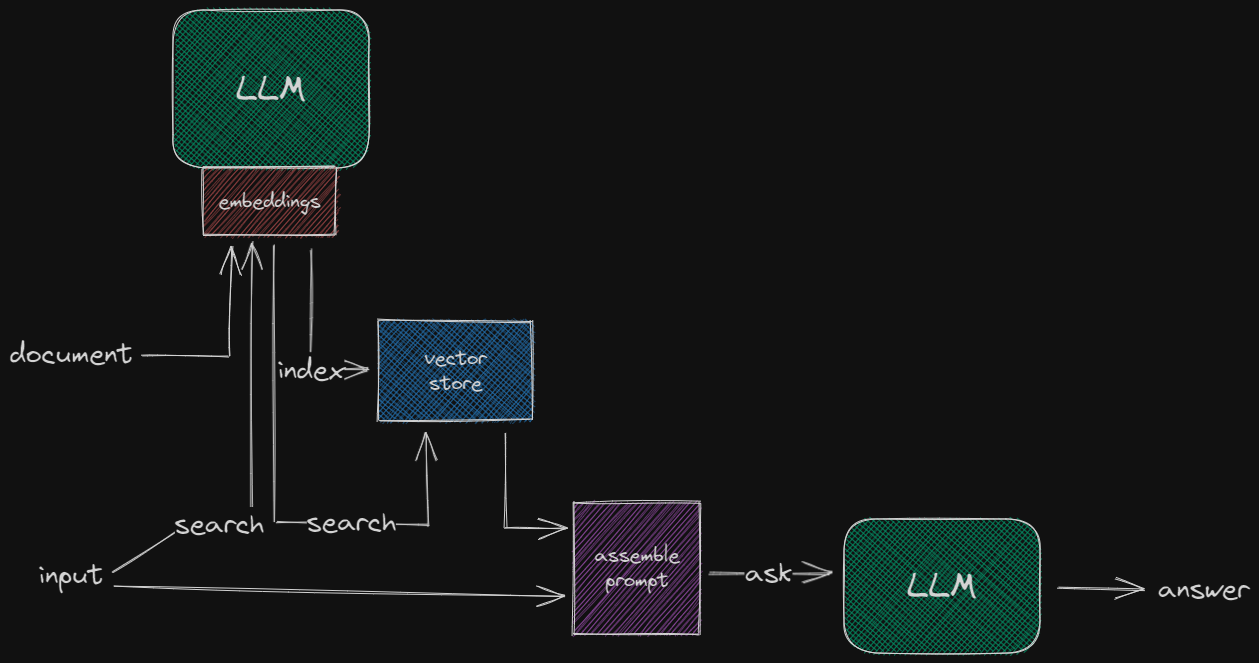
This is drawings/rag.excalidraw.png from maciejmalecki/rag, a Excalidraw export, as it was before one commit. Source tidied: one line per element, renumbered; positions are measured from the earlier drawing's top-left corner, leaving out a move shared by most shapes.
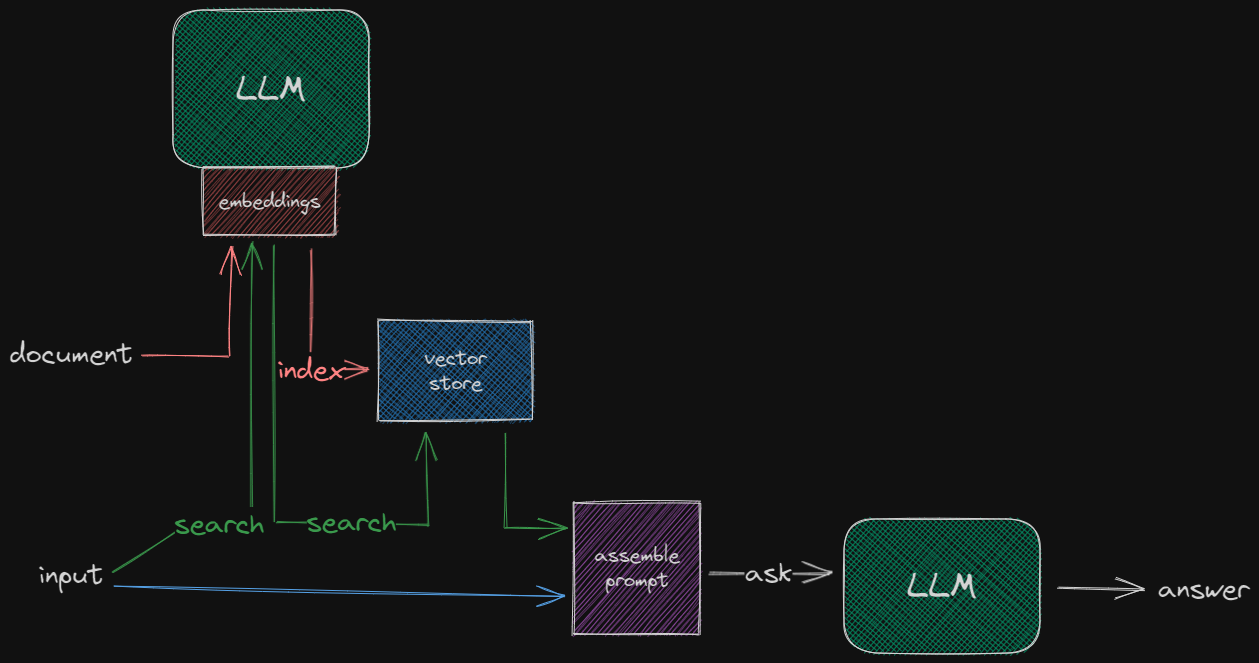
Above is the later version.

The edit, as a diff of the source:
```diff
@@ -6,20 +6,20 @@
 {"id": 5, "type": "text", "text": "input", "strokeColor": "#1e1e1e", "backgroundColor": "#12b886", "fillStyle": "cross-hatch", "strokeWidth": 1, "roughness": 1, "fontSize": 28, "fontFamily": 1, "x": 29, "y": 548, "width": 65, "height": 35}
 {"id": 6, "type": "rectangle", "strokeColor": "#1e1e1e", "backgroundColor": "#ff8787", "fillStyle": "hachure", "strokeWidth": 1, "roughness": 1, "x": 193, "y": 157, "width": 133, "height": 68}
 {"id": 7, "type": "text", "text": "embeddings", "strokeColor": "#1e1e1e", "backgroundColor": "#ff8787", "fillStyle": "hachure", "strokeWidth": 1, "roughness": 1, "fontSize": 20, "fontFamily": 1, "textAlign": "center", "verticalAlign": "middle", "inside": 6, "x": 208, "y": 178, "width": 102, "height": 25}
-{"id": 8, "type": "arrow", "strokeColor": "#1e1e1e", "backgroundColor": "#ff8787", "fillStyle": "hachure", "strokeWidth": 1, "roughness": 1, "endArrowhead": "arrow", "from": 4, "to": 6, "x": 132, "y": 345, "width": 89, "height": 110, "points": [[0, 0], [87, 1], [89, -109]]}
+{"id": 8, "type": "arrow", "strokeColor": "#e03131", "backgroundColor": "#ff8787", "fillStyle": "hachure", "strokeWidth": 1, "roughness": 1, "endArrowhead": "arrow", "from": 4, "to": 6, "x": 132, "y": 345, "width": 89, "height": 110, "points": [[0, 0], [87, 1], [89, -109]]}
 {"id": 9, "type": "rectangle", "strokeColor": "#1e1e1e", "backgroundColor": "#4dabf7", "fillStyle": "cross-hatch", "strokeWidth": 1, "roughness": 1, "x": 369, "y": 311, "width": 153, "height": 99}
 {"id": 10, "type": "text", "text": "vector\nstore", "strokeColor": "#1e1e1e", "backgroundColor": "#ff8787", "fillStyle": "hachure", "strokeWidth": 1, "roughness": 1, "fontSize": 20, "fontFamily": 1, "textAlign": "center", "verticalAlign": "middle", "inside": 9, "x": 414, "y": 336, "width": 62, "height": 50}
-{"id": 11, "type": "arrow", "strokeColor": "#1e1e1e", "backgroundColor": "#4dabf7", "fillStyle": "cross-hatch", "strokeWidth": 1, "roughness": 1, "endArrowhead": "arrow", "from": 6, "to": 9, "x": 300, "y": 238, "width": 58, "height": 122, "points": [[0, 0], [1, 122], [58, 121]]}
+{"id": 11, "type": "arrow", "strokeColor": "#e03131", "backgroundColor": "#4dabf7", "fillStyle": "cross-hatch", "strokeWidth": 1, "roughness": 1, "endArrowhead": "arrow", "from": 6, "to": 9, "x": 300, "y": 238, "width": 58, "height": 122, "points": [[0, 0], [1, 122], [58, 121]]}
-{"id": 12, "type": "text", "text": "index", "strokeColor": "#1e1e1e", "strokeWidth": 1, "roughness": 1, "fontSize": 28, "fontFamily": 1, "textAlign": "center", "verticalAlign": "middle", "inside": 11, "x": 250, "y": 344, "width": 66, "height": 35}
+{"id": 12, "type": "text", "text": "index", "strokeColor": "#e03131", "strokeWidth": 1, "roughness": 1, "fontSize": 28, "fontFamily": 1, "textAlign": "center", "verticalAlign": "middle", "inside": 11, "x": 250, "y": 344, "width": 66, "height": 35}
-{"id": 13, "type": "arrow", "strokeColor": "#1e1e1e", "backgroundColor": "#4dabf7", "fillStyle": "cross-hatch", "strokeWidth": 1, "roughness": 1, "endArrowhead": "arrow", "from": 5, "to": 6, "x": 102, "y": 563, "width": 140, "height": 331, "points": [[0, 0], [75, -50], [139, -48], [140, -331]]}
+{"id": 13, "type": "arrow", "strokeColor": "#2f9e44", "backgroundColor": "#4dabf7", "fillStyle": "cross-hatch", "strokeWidth": 1, "roughness": 1, "endArrowhead": "arrow", "from": 5, "to": 6, "x": 102, "y": 563, "width": 140, "height": 331, "points": [[0, 0], [75, -50], [139, -48], [140, -331]]}
-{"id": 14, "type": "text", "text": "search", "strokeColor": "#1e1e1e", "backgroundColor": "#4dabf7", "fillStyle": "cross-hatch", "strokeWidth": 1, "roughness": 1, "fontSize": 28, "fontFamily": 1, "textAlign": "center", "verticalAlign": "middle", "inside": 13, "x": 222, "y": 496, "width": 89, "height": 35}
+{"id": 14, "type": "text", "text": "search", "strokeColor": "#2f9e44", "backgroundColor": "#4dabf7", "fillStyle": "cross-hatch", "strokeWidth": 1, "roughness": 1, "fontSize": 28, "fontFamily": 1, "textAlign": "center", "verticalAlign": "middle", "inside": 13, "x": 222, "y": 496, "width": 89, "height": 35}
-{"id": 15, "type": "arrow", "strokeColor": "#1e1e1e", "backgroundColor": "#4dabf7", "fillStyle": "cross-hatch", "strokeWidth": 1, "roughness": 1, "endArrowhead": "arrow", "from": 9, "to": 17, "x": 495, "y": 423, "width": 61, "height": 95, "points": [[0, 0], [0, 94], [61, 95]]}
+{"id": 15, "type": "arrow", "strokeColor": "#2f9e44", "backgroundColor": "#4dabf7", "fillStyle": "cross-hatch", "strokeWidth": 1, "roughness": 1, "endArrowhead": "arrow", "from": 9, "to": 17, "x": 495, "y": 423, "width": 61, "height": 95, "points": [[0, 0], [0, 94], [61, 95]]}
-{"id": 16, "type": "arrow", "strokeColor": "#1e1e1e", "backgroundColor": "#4dabf7", "fillStyle": "cross-hatch", "strokeWidth": 1, "roughness": 1, "endArrowhead": "arrow", "from": 5, "to": 17, "x": 104, "y": 576, "width": 451, "height": 11, "points": [[0, 0], [451, 11]]}
+{"id": 16, "type": "arrow", "strokeColor": "#1971c2", "backgroundColor": "#4dabf7", "fillStyle": "cross-hatch", "strokeWidth": 1, "roughness": 1, "endArrowhead": "arrow", "from": 5, "to": 17, "x": 104, "y": 576, "width": 451, "height": 11, "points": [[0, 0], [451, 11]]}
 {"id": 17, "type": "rectangle", "strokeColor": "#1e1e1e", "backgroundColor": "#da77f2", "fillStyle": "hachure", "strokeWidth": 1, "roughness": 1, "x": 564, "y": 492, "width": 126, "height": 132}
 {"id": 18, "type": "text", "text": "assemble\nprompt", "strokeColor": "#1e1e1e", "backgroundColor": "#da77f2", "fillStyle": "hachure", "strokeWidth": 1, "roughness": 1, "fontSize": 20, "fontFamily": 1, "textAlign": "center", "verticalAlign": "middle", "inside": 17, "x": 584, "y": 533, "width": 85, "height": 50}
 {"id": 19, "type": "text", "text": "answer", "strokeColor": "#1e1e1e", "backgroundColor": "#da77f2", "fillStyle": "hachure", "strokeWidth": 1, "roughness": 1, "fontSize": 28, "fontFamily": 1, "x": 1148, "y": 562, "width": 91, "height": 35}
 {"id": 20, "type": "arrow", "strokeColor": "#1e1e1e", "strokeWidth": 1, "roughness": 1, "endArrowhead": "arrow", "round": true, "from": 2, "to": 19, "x": 1048, "y": 578, "width": 87, "height": 2, "points": [[0, 0], [87, 2]]}
 {"id": 21, "type": "arrow", "strokeColor": "#1e1e1e", "strokeWidth": 1, "roughness": 1, "endArrowhead": "arrow", "round": true, "from": 17, "to": 2, "x": 698, "y": 562, "width": 121, "height": 1, "points": [[0, 0], [121, 1]]}
 {"id": 22, "type": "text", "text": "ask", "strokeColor": "#1e1e1e", "strokeWidth": 1, "roughness": 1, "fontSize": 28, "fontFamily": 1, "textAlign": "center", "verticalAlign": "middle", "inside": 21, "x": 735, "y": 546, "width": 48, "height": 35}
-{"id": 23, "type": "arrow", "strokeColor": "#1e1e1e", "strokeWidth": 1, "roughness": 1, "endArrowhead": "arrow", "from": 6, "to": 9, "x": 263, "y": 234, "width": 155, "height": 280, "points": [[0, 0], [1, 277], [155, 280], [152, 188]]}
+{"id": 23, "type": "arrow", "strokeColor": "#2f9e44", "strokeWidth": 1, "roughness": 1, "endArrowhead": "arrow", "from": 6, "to": 9, "x": 263, "y": 234, "width": 155, "height": 280, "points": [[0, 0], [1, 277], [155, 280], [152, 188]]}
-{"id": 24, "type": "text", "text": "search", "strokeColor": "#1e1e1e", "strokeWidth": 1, "roughness": 1, "fontSize": 28, "fontFamily": 1, "textAlign": "center", "verticalAlign": "middle", "inside": 23, "x": 289, "y": 446, "width": 89, "height": 35}
+{"id": 24, "type": "text", "text": "search", "strokeColor": "#2f9e44", "strokeWidth": 1, "roughness": 1, "fontSize": 28, "fontFamily": 1, "textAlign": "center", "verticalAlign": "middle", "inside": 23, "x": 289, "y": 446, "width": 89, "height": 35}
```
